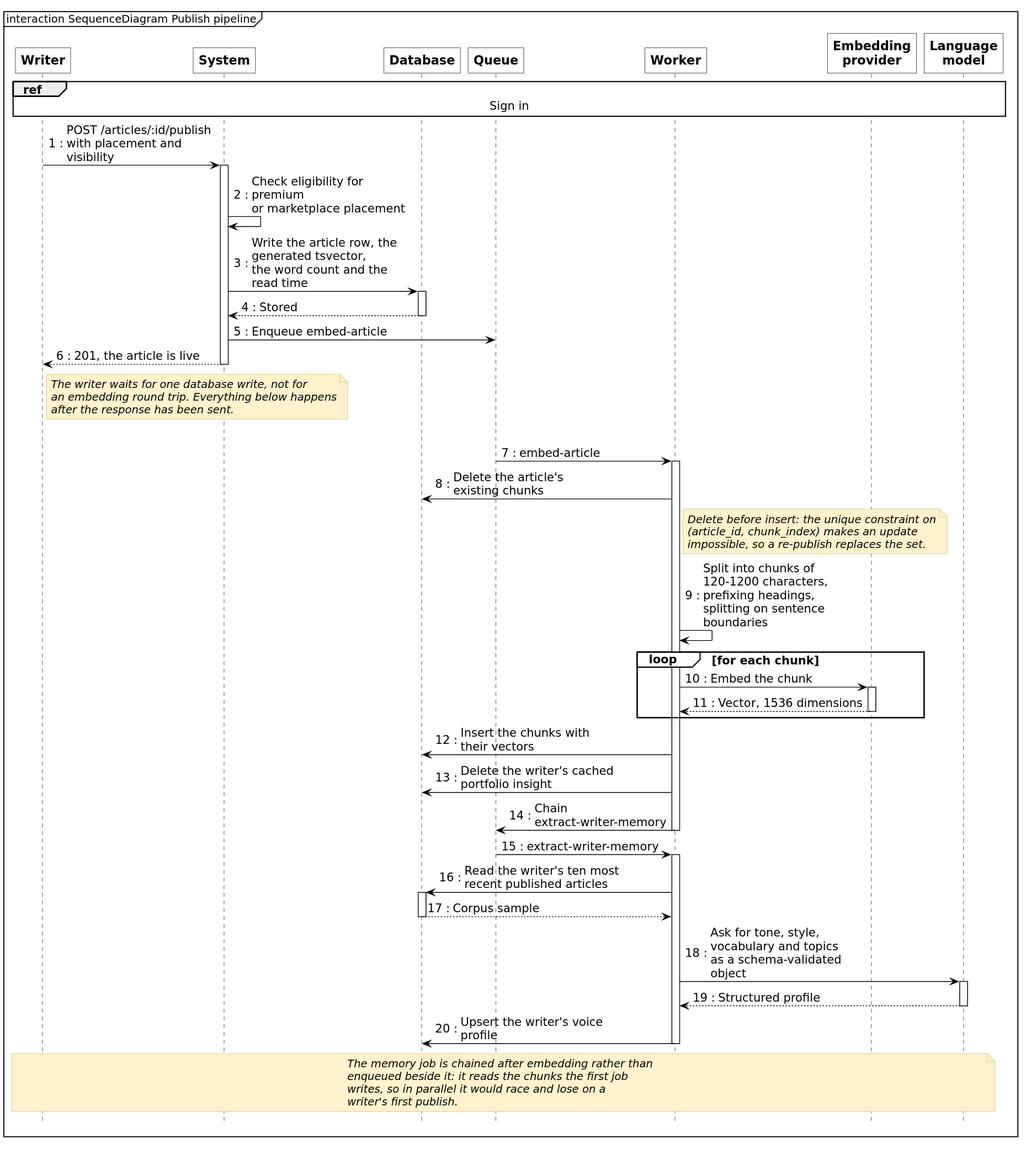
The PlantUML diagram diagrams/fig-5-8-sequence-publish-pipeline/fig-5-8-sequence-publish-pipeline.svg in inkwell-dev/spec.inkwell.ai, before a commit.
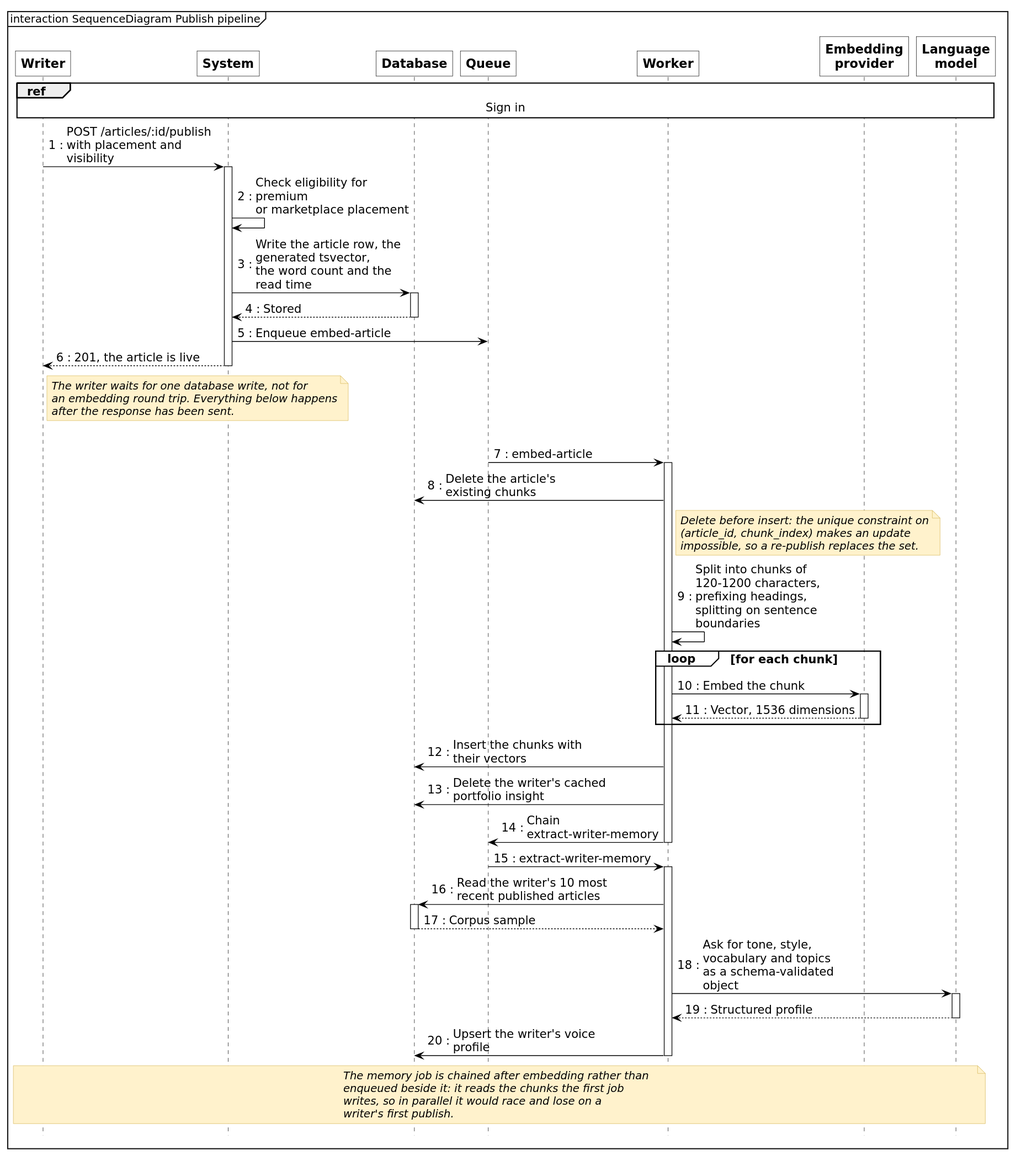
The same diagram one commit later.

What changed in the source:
```diff
@@ -54,7 +54,7 @@
 
 Q -> K : extract-writer-memory
 activate K
-K -> D : Read the writer's ten most recent published articles
+K -> D : Read the writer's 10 most recent published articles
 activate D
 D --> K : Corpus sample
 deactivate D
```
